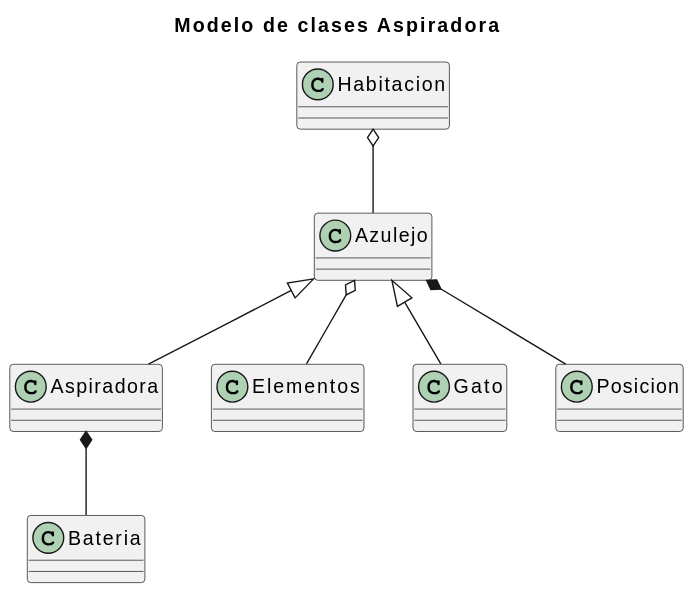
Before: img/ModeloDelDominio.svg, a diagram exported from PlantUML (mmasias/23-24-IdSw2-SDD).
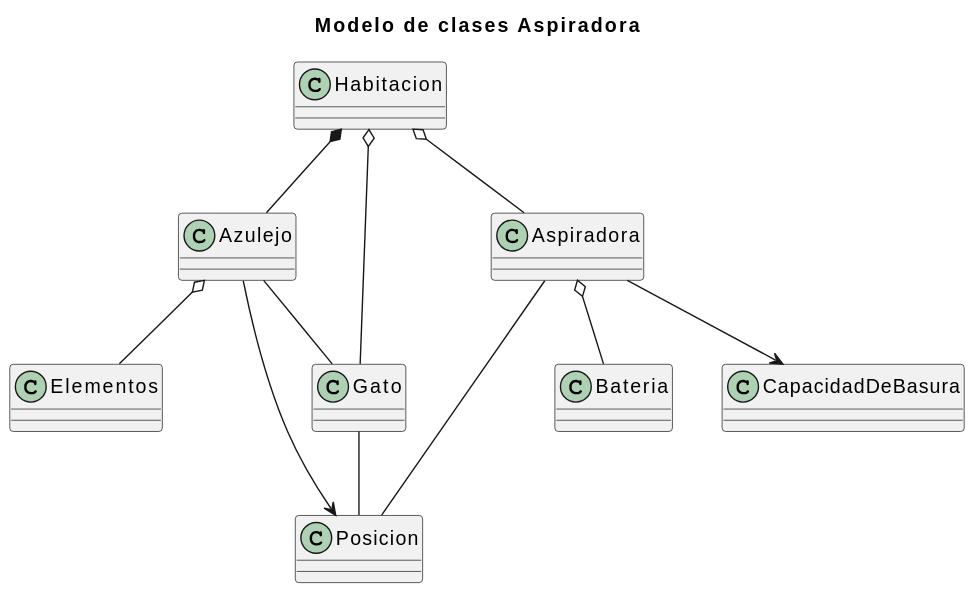
The same file after the commit.

Diff of the diagram source:
```diff
@@ -28,11 +28,20 @@
 class Bateria {
 
 }
+class CapacidadDeBasura {
 
-Habitacion o-- Azulejo
-Azulejo <|-- Aspiradora
+}
+
+
+
+Habitacion *-- Azulejo
+Habitacion o-- Aspiradora
+Habitacion o-- Gato
+Gato--Posicion
 Azulejo o--Elementos
-Azulejo <|-- Gato
-Azulejo *-- Posicion
-Aspiradora *-- Bateria
+Azulejo -- Gato
+Azulejo --> Posicion
+Aspiradora -- Posicion
+Aspiradora o-- Bateria
+Aspiradora --> CapacidadDeBasura
 @enduml
```
